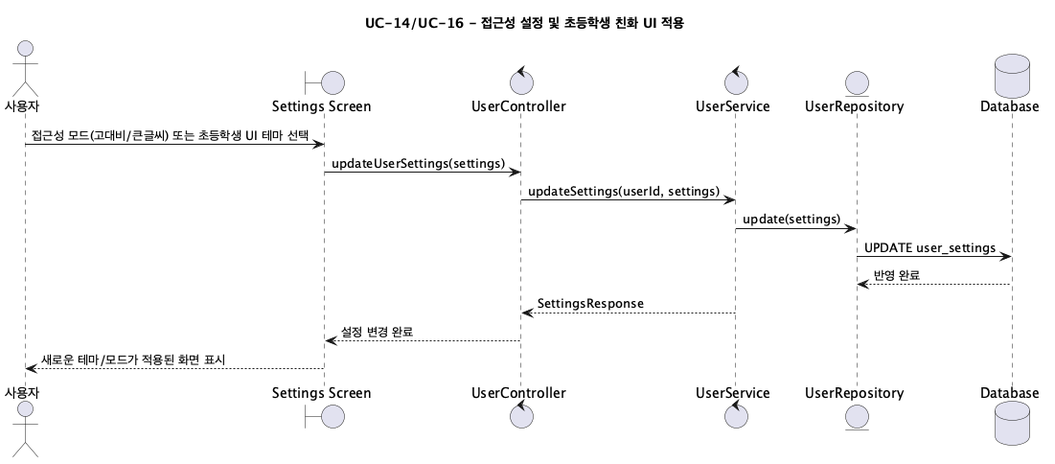
The PlantUML diagram screenshots/sequence-diagram/UC14-16_UISettings.png in jeongiryang/SoftwareEngineering_team15_project_-Smart-Edu-Platform, before a commit.
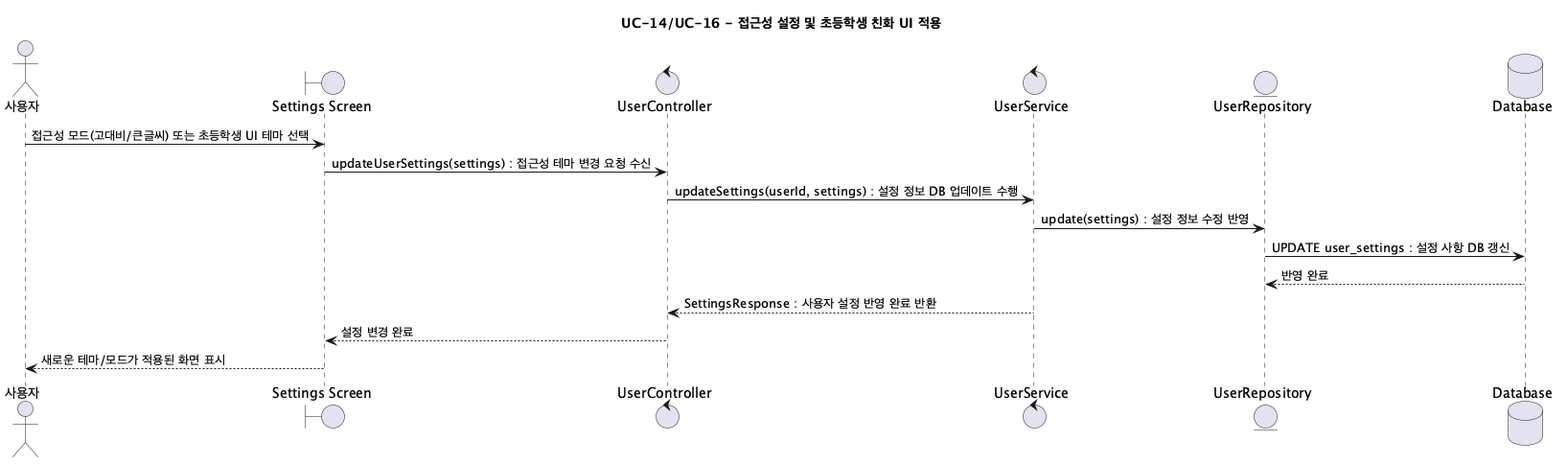
Above is the later version.

Change to the diagram source:
```diff
@@ -9,12 +9,12 @@
 database "Database" as DB
 
 User -> UI: 접근성 모드(고대비/큰글씨) 또는 초등학생 UI 테마 선택
-UI -> UserController: updateUserSettings(settings)
-UserController -> UserService: updateSettings(userId, settings)
-UserService -> UserRepository: update(settings)
-UserRepository -> DB: UPDATE user_settings
+UI -> UserController: updateUserSettings(settings) : 접근성 테마 변경 요청 수신
+UserController -> UserService: updateSettings(userId, settings) : 설정 정보 DB 업데이트 수행
+UserService -> UserRepository: update(settings) : 설정 정보 수정 반영
+UserRepository -> DB: UPDATE user_settings : 설정 사항 DB 갱신
 DB --> UserRepository: 반영 완료
-UserService --> UserController: SettingsResponse
+UserService --> UserController: SettingsResponse : 사용자 설정 반영 완료 반환
 UserController --> UI: 설정 변경 완료
 UI --> User: 새로운 테마/모드가 적용된 화면 표시
 @enduml
```
